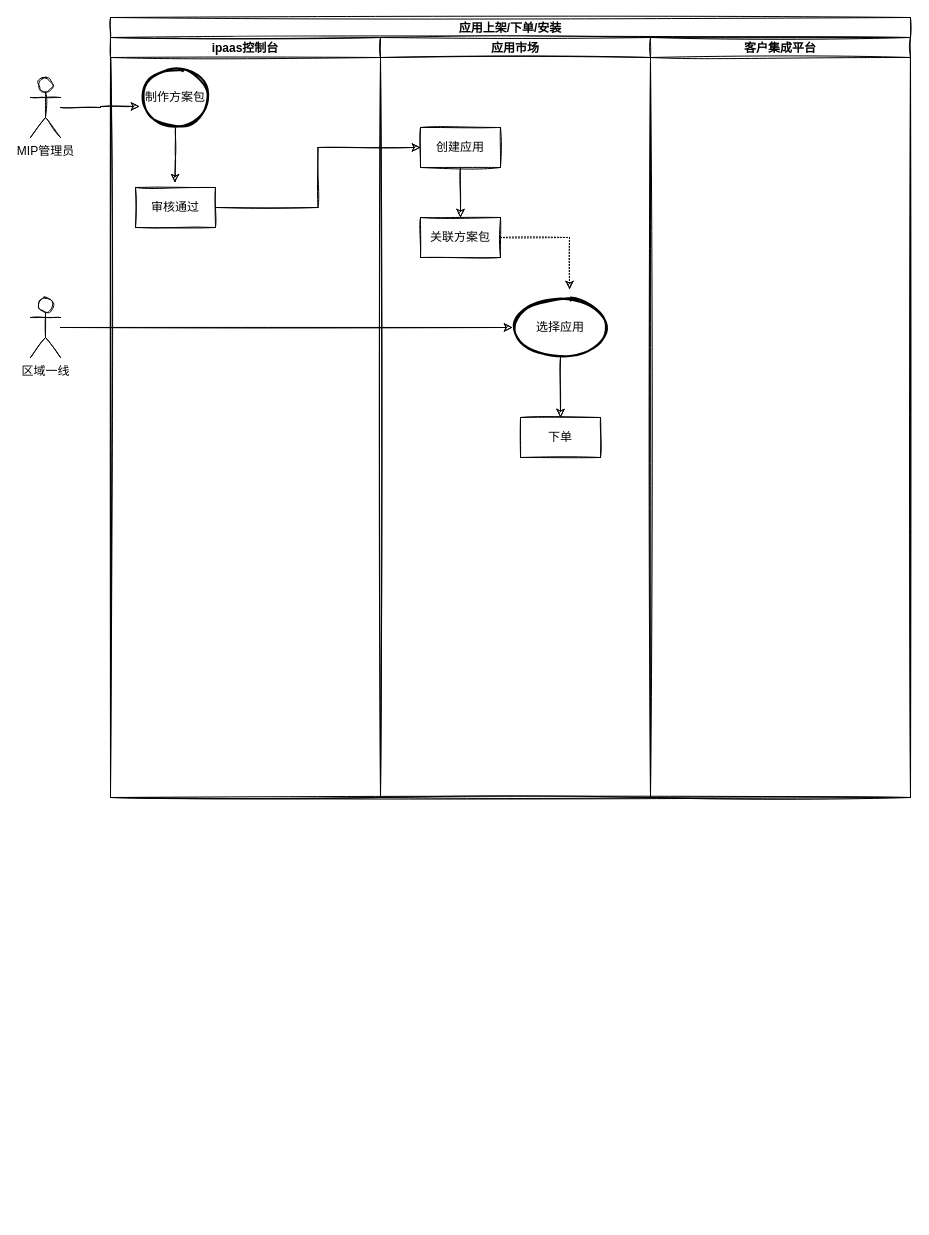
Before: draw/mingyuan/应用市场打通.drawio in Gamain/diagrams, a draw.io diagram. Source tidied: cells renumbered, new cells numbered last; positions are measured from the earlier drawing's top-left corner, leaving out a move shared by most shapes. Both pictures are drawn from the tidied source at 100%, with x=0, y=0 at pixel (30, 17).
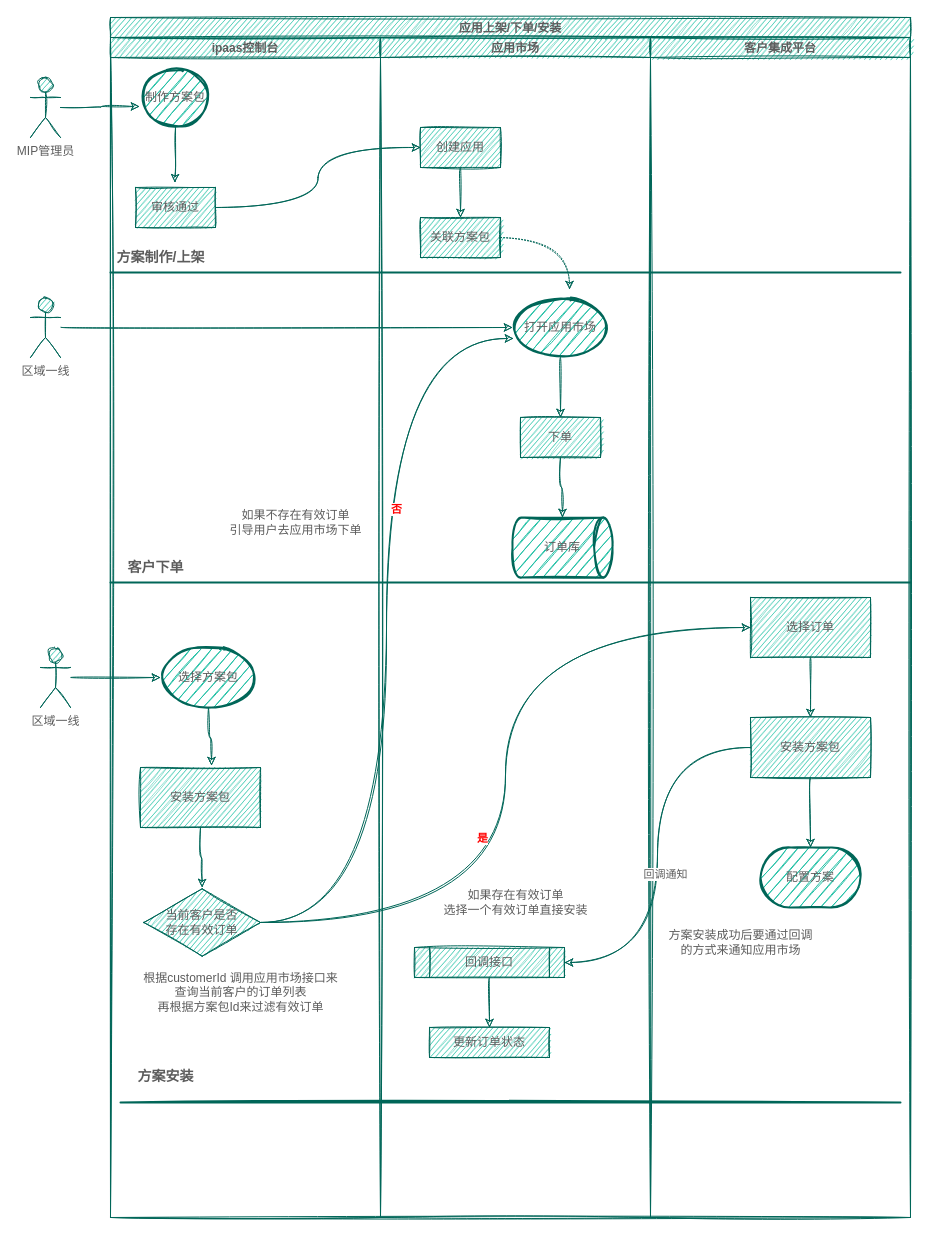
The same diagram, later.

Commit message (it also covers changes not shown here):
更新应用市场打通.drawio

Diff of the diagram source:
```diff
@@
-    <mxCell id="2" value="应用上架/下单/安装" style="swimlane;startSize=20;sketch=1;" parent="1" vertex="1">
-      <mxGeometry x="80" width="800" height="780" as="geometry" />
+    <mxCell id="2" value="应用上架/下单/安装" style="swimlane;startSize=20;fillColor=#21C0A5;strokeColor=#006658;fontColor=#5C5C5C;sketch=1;" parent="1" vertex="1">
+      <mxGeometry x="80" width="800" height="1200" as="geometry" />
     </mxCell>
-    <mxCell id="3" value="ipaas控制台" style="swimlane;startSize=20;sketch=1;" parent="2" vertex="1">
-      <mxGeometry y="20" width="270" height="760" as="geometry" />
+    <mxCell id="3" value="ipaas控制台" style="swimlane;startSize=20;fillColor=#21C0A5;strokeColor=#006658;fontColor=#5C5C5C;sketch=1;" parent="2" vertex="1">
+      <mxGeometry y="20" width="270" height="1180" as="geometry" />
     </mxCell>
-    <mxCell id="4" style="edgeStyle=orthogonalEdgeStyle;rounded=0;sketch=1;jettySize=auto;html=1;entryX=0.493;entryY=-0.121;entryDx=0;entryDy=0;entryPerimeter=0;" parent="3" edge="1" source="5" target="6">
+    <mxCell id="4" style="edgeStyle=orthogonalEdgeStyle;rounded=0;jettySize=auto;html=1;entryX=0.493;entryY=-0.121;entryDx=0;entryDy=0;entryPerimeter=0;strokeColor=#006658;fontColor=#5C5C5C;sketch=1;curved=1;" parent="3" edge="1" source="5" target="6">
       <mxGeometry relative="1" as="geometry" />
     </mxCell>
-    <mxCell id="5" value="制作方案包" style="strokeWidth=2;html=1;shape=mxgraph.flowchart.start_2;whiteSpace=wrap;sketch=1;" parent="3" vertex="1">
+    <mxCell id="5" value="制作方案包" style="strokeWidth=2;html=1;shape=mxgraph.flowchart.start_2;whiteSpace=wrap;fillColor=#21C0A5;strokeColor=#006658;fontColor=#5C5C5C;sketch=1;" parent="3" vertex="1">
       <mxGeometry x="30" y="30" width="70" height="60" as="geometry" />
     </mxCell>
-    <mxCell id="6" value="审核通过" style="whiteSpace=wrap;html=1;sketch=1;" parent="3" vertex="1">
+    <mxCell id="6" value="审核通过" style="whiteSpace=wrap;html=1;fillColor=#21C0A5;strokeColor=#006658;fontColor=#5C5C5C;sketch=1;" parent="3" vertex="1">
       <mxGeometry x="25" y="150" width="80" height="40" as="geometry" />
     </mxCell>
+    <mxCell id="21" style="edgeStyle=orthogonalEdgeStyle;rounded=1;jettySize=auto;html=1;entryX=0.592;entryY=-0.033;entryDx=0;entryDy=0;entryPerimeter=0;strokeColor=#006658;fontColor=#5C5C5C;sketch=1;curved=1;" parent="3" edge="1" source="22" target="24">
+      <mxGeometry relative="1" as="geometry" />
+    </mxCell>
+    <mxCell id="22" value="选择方案包" style="strokeWidth=2;html=1;shape=mxgraph.flowchart.start_1;whiteSpace=wrap;fillColor=#21C0A5;strokeColor=#006658;fontColor=#5C5C5C;sketch=1;" parent="3" vertex="1">
+      <mxGeometry x="50" y="610" width="96" height="60" as="geometry" />
+    </mxCell>
+    <mxCell id="23" style="edgeStyle=orthogonalEdgeStyle;rounded=1;jettySize=auto;html=1;strokeColor=#006658;fontColor=#5C5C5C;sketch=1;curved=1;" parent="3" edge="1" source="24" target="25">
+      <mxGeometry relative="1" as="geometry" />
+    </mxCell>
+    <mxCell id="24" value="安装方案包" style="whiteSpace=wrap;html=1;rounded=0;fillColor=#21C0A5;strokeColor=#006658;fontColor=#5C5C5C;sketch=1;" parent="3" vertex="1">
+      <mxGeometry x="30" y="730" width="120" height="60" as="geometry" />
+    </mxCell>
+    <mxCell id="25" value="当前客户是否&lt;br&gt;存在有效订单" style="html=1;whiteSpace=wrap;shape=isoRectangle;rounded=0;fillColor=#21C0A5;strokeColor=#006658;fontColor=#5C5C5C;sketch=1;" parent="3" vertex="1">
+      <mxGeometry x="33.3" y="850" width="116.7" height="70" as="geometry" />
+    </mxCell>
+    <mxCell id="26" value="如果不存在有效订单 &lt;br&gt;引导用户去应用市场下单" style="text;html=1;align=center;verticalAlign=middle;strokeColor=none;fillColor=none;fontColor=#5C5C5C;sketch=1;" parent="3" vertex="1">
+      <mxGeometry x="110" y="470" width="150" height="30" as="geometry" />
+    </mxCell>
+    <mxCell id="27" value="根据customerId 调用应用市场接口来&lt;br&gt;查询当前客户的订单列表&lt;br&gt;再根据方案包Id来过滤有效订单" style="text;html=1;align=center;verticalAlign=middle;strokeColor=none;fillColor=none;fontColor=#5C5C5C;sketch=1;" parent="3" vertex="1">
+      <mxGeometry x="25" y="930" width="210" height="50" as="geometry" />
+    </mxCell>
+    <mxCell id="28" value="&lt;span style=&quot;font-size: 14px&quot;&gt;&lt;b&gt;客户下单&lt;/b&gt;&lt;/span&gt;" style="text;html=1;align=center;verticalAlign=middle;strokeColor=none;fillColor=none;fontColor=#5C5C5C;sketch=1;" parent="3" vertex="1">
+      <mxGeometry x="10" y="520" width="70" height="20" as="geometry" />
+    </mxCell>
+    <mxCell id="29" value="&lt;span style=&quot;font-size: 14px&quot;&gt;&lt;b&gt;方案安装&lt;/b&gt;&lt;/span&gt;" style="text;html=1;align=center;verticalAlign=middle;strokeColor=none;fillColor=none;fontColor=#5C5C5C;sketch=1;" parent="3" vertex="1">
+      <mxGeometry x="20" y="1029" width="70" height="20" as="geometry" />
+    </mxCell>
-    <mxCell id="7" value="应用市场" style="swimlane;startSize=20;sketch=1;" parent="2" vertex="1">
-      <mxGeometry x="270" y="20" width="270" height="760" as="geometry" />
+    <mxCell id="7" value="应用市场" style="swimlane;startSize=20;fillColor=#21C0A5;strokeColor=#006658;fontColor=#5C5C5C;sketch=1;" parent="2" vertex="1">
+      <mxGeometry x="270" y="20" width="270" height="1180" as="geometry" />
     </mxCell>
-    <mxCell id="8" style="edgeStyle=orthogonalEdgeStyle;rounded=0;sketch=1;jettySize=auto;html=1;entryX=0.5;entryY=0;entryDx=0;entryDy=0;" parent="7" edge="1" source="9" target="11">
+    <mxCell id="8" style="edgeStyle=orthogonalEdgeStyle;rounded=0;jettySize=auto;html=1;entryX=0.5;entryY=0;entryDx=0;entryDy=0;strokeColor=#006658;fontColor=#5C5C5C;sketch=1;curved=1;" parent="7" edge="1" source="9" target="11">
       <mxGeometry relative="1" as="geometry" />
     </mxCell>
-    <mxCell id="9" value="创建应用" style="whiteSpace=wrap;html=1;sketch=1;" parent="7" vertex="1">
+    <mxCell id="9" value="创建应用" style="whiteSpace=wrap;html=1;fillColor=#21C0A5;strokeColor=#006658;fontColor=#5C5C5C;sketch=1;" parent="7" vertex="1">
       <mxGeometry x="40" y="90" width="80" height="40" as="geometry" />
     </mxCell>
-    <mxCell id="10" style="edgeStyle=orthogonalEdgeStyle;rounded=0;sketch=1;jettySize=auto;html=1;entryX=0.594;entryY=-0.133;entryDx=0;entryDy=0;entryPerimeter=0;dashed=1;dashPattern=1 2;" parent="7" edge="1" source="11" target="13">
+    <mxCell id="10" style="edgeStyle=orthogonalEdgeStyle;rounded=0;jettySize=auto;html=1;entryX=0.594;entryY=-0.133;entryDx=0;entryDy=0;entryPerimeter=0;dashed=1;dashPattern=1 2;strokeColor=#006658;fontColor=#5C5C5C;sketch=1;curved=1;" parent="7" edge="1" source="11" target="13">
       <mxGeometry relative="1" as="geometry" />
     </mxCell>
-    <mxCell id="11" value="关联方案包" style="whiteSpace=wrap;html=1;sketch=1;" parent="7" vertex="1">
+    <mxCell id="11" value="关联方案包" style="whiteSpace=wrap;html=1;fillColor=#21C0A5;strokeColor=#006658;fontColor=#5C5C5C;sketch=1;" parent="7" vertex="1">
       <mxGeometry x="40" y="180" width="80" height="40" as="geometry" />
     </mxCell>
-    <mxCell id="12" style="edgeStyle=orthogonalEdgeStyle;rounded=0;sketch=1;jettySize=auto;html=1;exitX=0.5;exitY=1;exitDx=0;exitDy=0;exitPerimeter=0;entryX=0.5;entryY=0;entryDx=0;entryDy=0;" parent="7" edge="1" source="13" target="14">
+    <mxCell id="12" style="edgeStyle=orthogonalEdgeStyle;rounded=0;jettySize=auto;html=1;exitX=0.5;exitY=1;exitDx=0;exitDy=0;exitPerimeter=0;entryX=0.5;entryY=0;entryDx=0;entryDy=0;strokeColor=#006658;fontColor=#5C5C5C;sketch=1;curved=1;" parent="7" edge="1" source="13" target="14">
       <mxGeometry relative="1" as="geometry" />
     </mxCell>
-    <mxCell id="13" value="选择应用" style="strokeWidth=2;html=1;shape=mxgraph.flowchart.start_1;whiteSpace=wrap;sketch=1;" parent="7" vertex="1">
+    <mxCell id="13" value="打开应用市场" style="strokeWidth=2;html=1;shape=mxgraph.flowchart.start_1;whiteSpace=wrap;fillColor=#21C0A5;strokeColor=#006658;fontColor=#5C5C5C;sketch=1;" parent="7" vertex="1">
       <mxGeometry x="132" y="260" width="96" height="60" as="geometry" />
     </mxCell>
+    <mxCell id="30" style="edgeStyle=orthogonalEdgeStyle;rounded=1;jettySize=auto;html=1;entryX=0.5;entryY=0;entryDx=0;entryDy=0;entryPerimeter=0;strokeColor=#006658;fontColor=#5C5C5C;sketch=1;curved=1;" parent="7" edge="1" source="14" target="31">
+      <mxGeometry relative="1" as="geometry" />
+    </mxCell>
-    <mxCell id="14" value="下单" style="whiteSpace=wrap;html=1;sketch=1;" parent="7" vertex="1">
+    <mxCell id="14" value="下单" style="whiteSpace=wrap;html=1;fillColor=#21C0A5;strokeColor=#006658;fontColor=#5C5C5C;sketch=1;" parent="7" vertex="1">
       <mxGeometry x="140" y="380" width="80" height="40" as="geometry" />
     </mxCell>
+    <mxCell id="31" value="订单库" style="strokeWidth=2;html=1;shape=mxgraph.flowchart.direct_data;whiteSpace=wrap;rounded=0;fillColor=#21C0A5;strokeColor=#006658;fontColor=#5C5C5C;sketch=1;" parent="7" vertex="1">
+      <mxGeometry x="132" y="480" width="100" height="60" as="geometry" />
+    </mxCell>
+    <mxCell id="32" value="如果存在有效订单&lt;br&gt;选择一个有效订单直接安装" style="text;html=1;align=center;verticalAlign=middle;strokeColor=none;fillColor=none;fontColor=#5C5C5C;sketch=1;" parent="7" vertex="1">
+      <mxGeometry x="55" y="850" width="160" height="30" as="geometry" />
+    </mxCell>
+    <mxCell id="33" style="edgeStyle=orthogonalEdgeStyle;rounded=1;jettySize=auto;html=1;entryX=0.5;entryY=0;entryDx=0;entryDy=0;fontColor=#5C5C5C;strokeColor=#006658;fillColor=#21C0A5;sketch=1;curved=1;" parent="7" edge="1" source="34" target="35">
+      <mxGeometry relative="1" as="geometry" />
+    </mxCell>
+    <mxCell id="34" value="回调接口" style="shape=process;whiteSpace=wrap;html=1;backgroundOutline=1;rounded=0;fontColor=#5C5C5C;fillColor=#21C0A5;strokeColor=#006658;sketch=1;" parent="7" vertex="1">
+      <mxGeometry x="34" y="910" width="150" height="30" as="geometry" />
+    </mxCell>
+    <mxCell id="35" value="更新订单状态" style="whiteSpace=wrap;html=1;rounded=0;fontColor=#5C5C5C;strokeColor=#006658;fillColor=#21C0A5;sketch=1;" parent="7" vertex="1">
+      <mxGeometry x="49" y="990" width="120" height="30" as="geometry" />
+    </mxCell>
+    <mxCell id="16" style="edgeStyle=orthogonalEdgeStyle;rounded=0;jettySize=auto;html=1;entryX=0;entryY=0.5;entryDx=0;entryDy=0;strokeColor=#006658;fontColor=#5C5C5C;sketch=1;curved=1;" parent="2" edge="1" source="6" target="9">
+      <mxGeometry relative="1" as="geometry" />
+    </mxCell>
+    <mxCell id="36" style="edgeStyle=orthogonalEdgeStyle;rounded=1;jettySize=auto;html=1;entryX=0.01;entryY=0.683;entryDx=0;entryDy=0;entryPerimeter=0;strokeColor=#006658;fontColor=#5C5C5C;sketch=1;curved=1;" parent="2" edge="1" source="25" target="13">
+      <mxGeometry relative="1" as="geometry" />
+    </mxCell>
+    <mxCell id="37" value="&lt;span&gt;&lt;font color=&quot;#ff0000&quot;&gt;否&lt;/font&gt;&lt;/span&gt;" style="edgeLabel;html=1;align=center;verticalAlign=middle;fontColor=#5C5C5C;fontStyle=1;sketch=1;" parent="36" vertex="1">
+      <mxGeometry x="0.29" y="-9" relative="1" as="geometry" />
+    </mxCell>
-    <mxCell id="15" value="客户集成平台" style="swimlane;startSize=20;sketch=1;" parent="2" vertex="1">
-      <mxGeometry x="540" y="20" width="260" height="760" as="geometry" />
+    <mxCell id="15" value="客户集成平台" style="swimlane;startSize=20;fillColor=#21C0A5;strokeColor=#006658;fontColor=#5C5C5C;sketch=1;" parent="2" vertex="1">
+      <mxGeometry x="540" y="20" width="260" height="1180" as="geometry" />
     </mxCell>
-    <mxCell id="16" style="edgeStyle=orthogonalEdgeStyle;rounded=0;sketch=1;jettySize=auto;html=1;entryX=0;entryY=0.5;entryDx=0;entryDy=0;" parent="2" edge="1" source="6" target="9">
-      <mxGeometry relative="1" as="geometry" />
-    </mxCell>
+    <mxCell id="38" style="edgeStyle=orthogonalEdgeStyle;rounded=1;jettySize=auto;html=1;entryX=0.5;entryY=0;entryDx=0;entryDy=0;entryPerimeter=0;strokeColor=#006658;fontColor=#5C5C5C;sketch=1;curved=1;" parent="15" edge="1" source="39" target="40">
+      <mxGeometry relative="1" as="geometry" />
+    </mxCell>
+    <mxCell id="39" value="安装方案包" style="whiteSpace=wrap;html=1;rounded=0;fillColor=#21C0A5;strokeColor=#006658;fontColor=#5C5C5C;sketch=1;" parent="15" vertex="1">
+      <mxGeometry x="100" y="680" width="120" height="60" as="geometry" />
+    </mxCell>
+    <mxCell id="40" value="配置方案" style="strokeWidth=2;html=1;shape=mxgraph.flowchart.terminator;whiteSpace=wrap;rounded=0;fillColor=#21C0A5;strokeColor=#006658;fontColor=#5C5C5C;sketch=1;" parent="15" vertex="1">
+      <mxGeometry x="110" y="810" width="100" height="60" as="geometry" />
+    </mxCell>
+    <mxCell id="41" style="edgeStyle=orthogonalEdgeStyle;rounded=1;jettySize=auto;html=1;entryX=0.5;entryY=0;entryDx=0;entryDy=0;strokeColor=#006658;fontColor=#5C5C5C;sketch=1;curved=1;" parent="15" edge="1" source="42" target="39">
+      <mxGeometry relative="1" as="geometry" />
+    </mxCell>
+    <mxCell id="42" value="选择订单" style="whiteSpace=wrap;html=1;rounded=0;fillColor=#21C0A5;strokeColor=#006658;fontColor=#5C5C5C;sketch=1;" parent="15" vertex="1">
+      <mxGeometry x="100" y="560" width="120" height="60" as="geometry" />
+    </mxCell>
+    <mxCell id="43" value="方案安装成功后要通过回调&lt;br&gt;的方式来通知应用市场" style="text;html=1;align=center;verticalAlign=middle;strokeColor=none;fillColor=none;fontColor=#5C5C5C;sketch=1;" parent="15" vertex="1">
+      <mxGeometry x="10" y="890" width="160" height="30" as="geometry" />
+    </mxCell>
+    <mxCell id="44" style="edgeStyle=orthogonalEdgeStyle;rounded=1;jettySize=auto;html=1;entryX=0;entryY=0.5;entryDx=0;entryDy=0;strokeColor=#006658;fontColor=#5C5C5C;sketch=1;curved=1;" parent="2" edge="1" source="25" target="42">
+      <mxGeometry relative="1" as="geometry" />
+    </mxCell>
+    <mxCell id="45" value="&lt;b&gt;&lt;font color=&quot;#ff0000&quot;&gt;是&lt;/font&gt;&lt;/b&gt;" style="edgeLabel;html=1;align=center;verticalAlign=middle;fontColor=#5C5C5C;sketch=1;" parent="44" vertex="1">
+      <mxGeometry x="-0.16" y="24" relative="1" as="geometry" />
+    </mxCell>
+    <mxCell id="46" style="edgeStyle=orthogonalEdgeStyle;rounded=1;jettySize=auto;html=1;fontColor=#5C5C5C;entryX=1;entryY=0.5;entryDx=0;entryDy=0;strokeColor=#006658;sketch=1;curved=1;" parent="2" edge="1" source="39" target="34">
+      <mxGeometry relative="1" as="geometry" />
+    </mxCell>
+    <mxCell id="47" value="回调通知" style="edgeLabel;html=1;align=center;verticalAlign=middle;fontColor=#5C5C5C;sketch=1;" parent="46" vertex="1">
+      <mxGeometry x="0.09" y="7" relative="1" as="geometry" />
+    </mxCell>
-    <mxCell id="17" style="edgeStyle=orthogonalEdgeStyle;rounded=0;sketch=1;jettySize=auto;html=1;entryX=0;entryY=0.5;entryDx=0;entryDy=0;entryPerimeter=0;" parent="1" edge="1" source="18" target="13">
+    <mxCell id="17" style="edgeStyle=orthogonalEdgeStyle;rounded=0;jettySize=auto;html=1;entryX=0;entryY=0.5;entryDx=0;entryDy=0;entryPerimeter=0;strokeColor=#006658;fontColor=#5C5C5C;sketch=1;curved=1;" parent="1" edge="1" source="18" target="13">
       <mxGeometry relative="1" as="geometry" />
     </mxCell>
-    <mxCell id="18" value="区域一线" style="shape=umlActor;verticalLabelPosition=bottom;verticalAlign=top;html=1;sketch=1;" parent="1" vertex="1">
+    <mxCell id="18" value="区域一线" style="shape=umlActor;verticalLabelPosition=bottom;verticalAlign=top;html=1;fillColor=#21C0A5;strokeColor=#006658;fontColor=#5C5C5C;sketch=1;" parent="1" vertex="1">
       <mxGeometry y="280" width="30" height="60" as="geometry" />
     </mxCell>
-    <mxCell id="19" style="edgeStyle=orthogonalEdgeStyle;rounded=0;sketch=1;jettySize=auto;html=1;entryX=-0.014;entryY=0.65;entryDx=0;entryDy=0;entryPerimeter=0;" parent="1" edge="1" source="20" target="5">
+    <mxCell id="19" style="edgeStyle=orthogonalEdgeStyle;rounded=0;jettySize=auto;html=1;entryX=-0.014;entryY=0.65;entryDx=0;entryDy=0;entryPerimeter=0;strokeColor=#006658;fontColor=#5C5C5C;sketch=1;curved=1;" parent="1" edge="1" source="20" target="5">
       <mxGeometry relative="1" as="geometry" />
     </mxCell>
-    <mxCell id="20" value="MIP管理员" style="shape=umlActor;verticalLabelPosition=bottom;verticalAlign=top;html=1;sketch=1;" parent="1" vertex="1">
+    <mxCell id="20" value="MIP管理员" style="shape=umlActor;verticalLabelPosition=bottom;verticalAlign=top;html=1;fillColor=#21C0A5;strokeColor=#006658;fontColor=#5C5C5C;sketch=1;" parent="1" vertex="1">
       <mxGeometry y="60" width="30" height="60" as="geometry" />
     </mxCell>
+    <mxCell id="48" style="edgeStyle=orthogonalEdgeStyle;rounded=1;jettySize=auto;html=1;entryX=0;entryY=0.5;entryDx=0;entryDy=0;entryPerimeter=0;strokeColor=#006658;fontColor=#5C5C5C;sketch=1;curved=1;" parent="1" edge="1" source="49" target="22">
+      <mxGeometry relative="1" as="geometry" />
+    </mxCell>
+    <mxCell id="49" value="区域一线" style="shape=umlActor;verticalLabelPosition=bottom;verticalAlign=top;html=1;fillColor=#21C0A5;strokeColor=#006658;fontColor=#5C5C5C;sketch=1;" parent="1" vertex="1">
+      <mxGeometry x="10" y="630" width="30" height="60" as="geometry" />
+    </mxCell>
+    <mxCell id="50" style="line;strokeWidth=2;html=1;rounded=0;fontColor=#5C5C5C;fillColor=#21C0A5;strokeColor=#006658;sketch=1;" parent="1" vertex="1">
+      <mxGeometry x="80" y="250" width="790" height="10" as="geometry" />
+    </mxCell>
+    <mxCell id="51" style="line;strokeWidth=2;html=1;rounded=0;fontColor=#5C5C5C;fillColor=#21C0A5;strokeColor=#006658;sketch=1;" parent="1" vertex="1">
+      <mxGeometry x="80" y="560" width="800" height="10" as="geometry" />
+    </mxCell>
+    <mxCell id="52" style="line;strokeWidth=2;html=1;rounded=0;fontColor=#5C5C5C;fillColor=#21C0A5;strokeColor=#006658;sketch=1;" parent="1" vertex="1">
+      <mxGeometry x="90" y="1080" width="780" height="10" as="geometry" />
+    </mxCell>
+    <mxCell id="53" value="&lt;b&gt;&lt;font style=&quot;font-size: 14px&quot;&gt;方案制作/上架&lt;/font&gt;&lt;/b&gt;" style="text;html=1;align=center;verticalAlign=middle;strokeColor=none;fillColor=none;fontColor=#5C5C5C;sketch=1;" parent="1" vertex="1">
+      <mxGeometry x="80" y="230" width="100" height="20" as="geometry" />
+    </mxCell>
```
